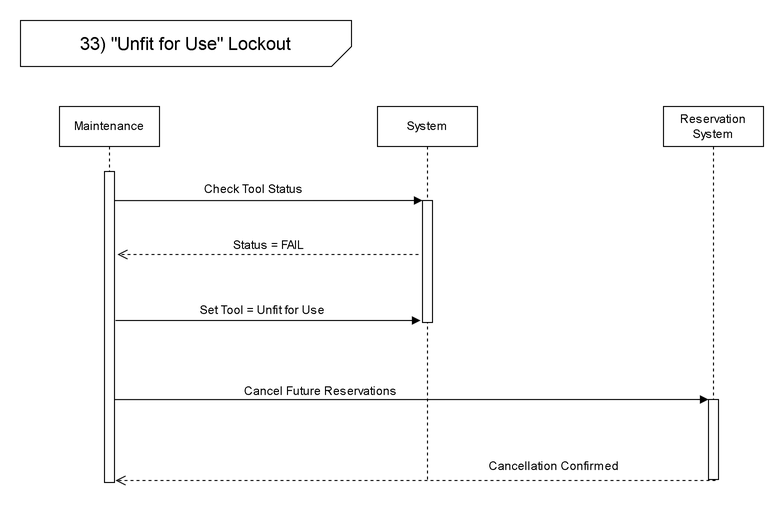
Above: SE Project/Sequence Diagrams/sequence(33).drawio.png in M7moudAbdallah01/P2P-Specialized-Tool-Library-SE1- (draw.io), before the change. Source tidied: cells renumbered, new cells last; positions are measured from the earlier drawing's top-left corner, leaving out a move shared by most shapes. The source it was exported from:
```xml
<mxGraphModel background="#ffffff">
  <root>
    <mxCell id="0" />
    <mxCell id="1" parent="0" />
    <mxCell id="2" style="endArrow=block;endFill=1;html=1;edgeStyle=orthogonalEdgeStyle;align=left;verticalAlign=top;rounded=0;" parent="1" edge="1">
      <mxGeometry x="-1" relative="1" as="geometry">
        <mxPoint x="88.9" y="180.1" as="sourcePoint" />
        <mxPoint x="402" y="180" as="targetPoint" />
        <Array as="points">
          <mxPoint x="238" y="180" />
          <mxPoint x="238" y="180" />
        </Array>
      </mxGeometry>
    </mxCell>
    <mxCell id="3" value="Check Tool Status" style="text;html=1;whiteSpace=wrap;strokeColor=none;fillColor=none;align=center;verticalAlign=middle;rounded=0;" parent="1" vertex="1">
      <mxGeometry x="96" y="154" width="275" height="30" as="geometry" />
    </mxCell>
    <mxCell id="4" value="System" style="shape=umlLifeline;perimeter=lifelinePerimeter;whiteSpace=wrap;html=1;newEdgeStyle={&quot;curved&quot;:0,&quot;rounded&quot;:0};" parent="1" vertex="1">
      <mxGeometry x="357" y="86" width="100" height="373" as="geometry" />
    </mxCell>
    <mxCell id="5" style="html=1;perimeter=orthogonalPerimeter;targetShapes=umlLifeline;newEdgeStyle={&quot;curved&quot;:0,&quot;rounded&quot;:0};" parent="4" vertex="1">
      <mxGeometry x="45" y="94" width="10" height="122" as="geometry" />
    </mxCell>
    <mxCell id="6" value="&lt;font style=&quot;font-size: 12px;&quot;&gt;Status = FAIL&lt;/font&gt;" style="html=1;verticalAlign=bottom;endArrow=open;dashed=1;endSize=8;curved=0;rounded=0;" parent="1" edge="1">
      <mxGeometry relative="1" as="geometry">
        <mxPoint x="398" y="234" as="sourcePoint" />
        <mxPoint x="96.9" y="234" as="targetPoint" />
        <Array as="points">
          <mxPoint x="244" y="234" />
        </Array>
      </mxGeometry>
    </mxCell>
    <mxCell id="7" value="&lt;font style=&quot;font-size: 12px;&quot;&gt;Cancellation Confirmed&lt;/font&gt;" style="html=1;verticalAlign=bottom;endArrow=open;dashed=1;endSize=8;curved=0;rounded=0;exitX=0;exitY=1;exitDx=0;exitDy=-5;exitPerimeter=0;" parent="1" edge="1">
      <mxGeometry x="-0.46" y="-5" relative="1" as="geometry">
        <mxPoint x="695" y="460" as="sourcePoint" />
        <mxPoint x="95" y="460" as="targetPoint" />
      </mxGeometry>
    </mxCell>
    <mxCell id="8" style="endArrow=block;endFill=1;html=1;edgeStyle=orthogonalEdgeStyle;align=left;verticalAlign=top;rounded=0;entryX=0;entryY=0;entryDx=0;entryDy=5;entryPerimeter=0;" parent="1" edge="1">
      <mxGeometry x="-1" relative="1" as="geometry">
        <mxPoint x="87" y="379.1" as="sourcePoint" />
        <mxPoint x="688" y="379" as="targetPoint" />
        <Array as="points">
          <mxPoint x="267" y="379" />
          <mxPoint x="267" y="379" />
        </Array>
      </mxGeometry>
    </mxCell>
    <mxCell id="9" style="endArrow=block;endFill=1;html=1;edgeStyle=orthogonalEdgeStyle;align=left;verticalAlign=top;rounded=0;" parent="1" edge="1">
      <mxGeometry x="-1" relative="1" as="geometry">
        <mxPoint x="95" y="300" as="sourcePoint" />
        <mxPoint x="400" y="300" as="targetPoint" />
      </mxGeometry>
    </mxCell>
    <mxCell id="10" value="Set Tool = Unfit for Use" style="text;html=1;whiteSpace=wrap;strokeColor=none;fillColor=none;align=center;verticalAlign=middle;rounded=0;" parent="1" vertex="1">
      <mxGeometry x="104" y="275" width="276" height="30" as="geometry" />
    </mxCell>
    <mxCell id="11" value="Maintenance" style="shape=umlLifeline;perimeter=lifelinePerimeter;whiteSpace=wrap;html=1;newEdgeStyle={&quot;curved&quot;:0,&quot;rounded&quot;:0};" parent="1" vertex="1">
      <mxGeometry x="39" y="86" width="100" height="376" as="geometry" />
    </mxCell>
    <mxCell id="12" style="html=1;perimeter=orthogonalPerimeter;targetShapes=umlLifeline;newEdgeStyle={&quot;curved&quot;:0,&quot;rounded&quot;:0};" parent="11" vertex="1">
      <mxGeometry x="45" y="65" width="10" height="311" as="geometry" />
    </mxCell>
    <mxCell id="13" value="Reservation System" style="shape=umlLifeline;perimeter=lifelinePerimeter;whiteSpace=wrap;html=1;newEdgeStyle={&quot;curved&quot;:0,&quot;rounded&quot;:0};" parent="1" vertex="1">
      <mxGeometry x="643" y="86" width="100" height="376" as="geometry" />
    </mxCell>
    <mxCell id="14" style="html=1;perimeter=orthogonalPerimeter;targetShapes=umlLifeline;newEdgeStyle={&quot;curved&quot;:0,&quot;rounded&quot;:0};" parent="13" vertex="1">
      <mxGeometry x="45" y="293" width="10" height="80" as="geometry" />
    </mxCell>
    <mxCell id="15" value="Cancel Future Reservations" style="text;html=1;whiteSpace=wrap;strokeColor=none;fillColor=none;align=center;verticalAlign=middle;rounded=0;" parent="1" vertex="1">
      <mxGeometry x="203" y="356" width="195" height="30" as="geometry" />
    </mxCell>
    <mxCell id="16" value="&lt;span style=&quot;font-size: 18px;&quot;&gt;33) &quot;Unfit for Use&quot; Lockout&lt;/span&gt;" style="verticalLabelPosition=middle;verticalAlign=middle;html=1;shape=card;whiteSpace=wrap;size=20;arcSize=12;direction=west;labelPosition=center;align=center;" parent="1" vertex="1">
      <mxGeometry width="331" height="46" as="geometry" />
    </mxCell>
  </root>
</mxGraphModel>
```
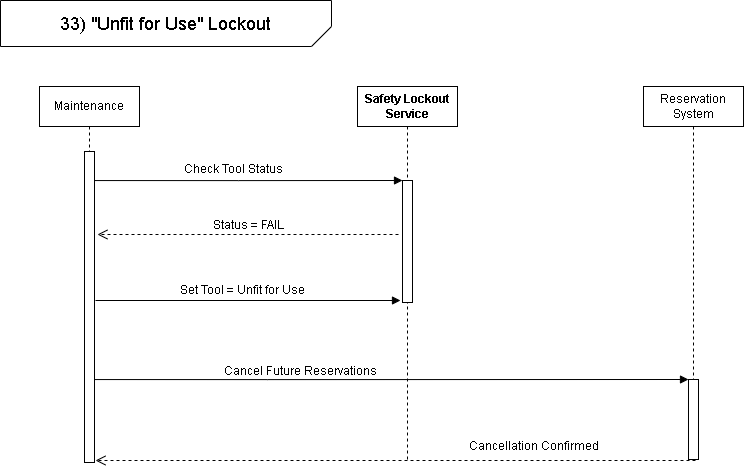
The same file after the commit.

What changed in the source:
```diff
@@ -15,7 +15,7 @@
     <mxCell id="3" value="Check Tool Status" style="text;html=1;whiteSpace=wrap;strokeColor=none;fillColor=none;align=center;verticalAlign=middle;rounded=0;" parent="1" vertex="1">
       <mxGeometry x="96" y="154" width="275" height="30" as="geometry" />
     </mxCell>
-    <mxCell id="4" value="System" style="shape=umlLifeline;perimeter=lifelinePerimeter;whiteSpace=wrap;html=1;newEdgeStyle={&quot;curved&quot;:0,&quot;rounded&quot;:0};" parent="1" vertex="1">
+    <mxCell id="4" value="&lt;strong&gt;Safety Lockout Service&lt;/strong&gt;" style="shape=umlLifeline;perimeter=lifelinePerimeter;whiteSpace=wrap;html=1;newEdgeStyle={&quot;curved&quot;:0,&quot;rounded&quot;:0};" parent="1" vertex="1">
       <mxGeometry x="357" y="86" width="100" height="373" as="geometry" />
     </mxCell>
     <mxCell id="5" style="html=1;perimeter=orthogonalPerimeter;targetShapes=umlLifeline;newEdgeStyle={&quot;curved&quot;:0,&quot;rounded&quot;:0};" parent="4" vertex="1">
```
